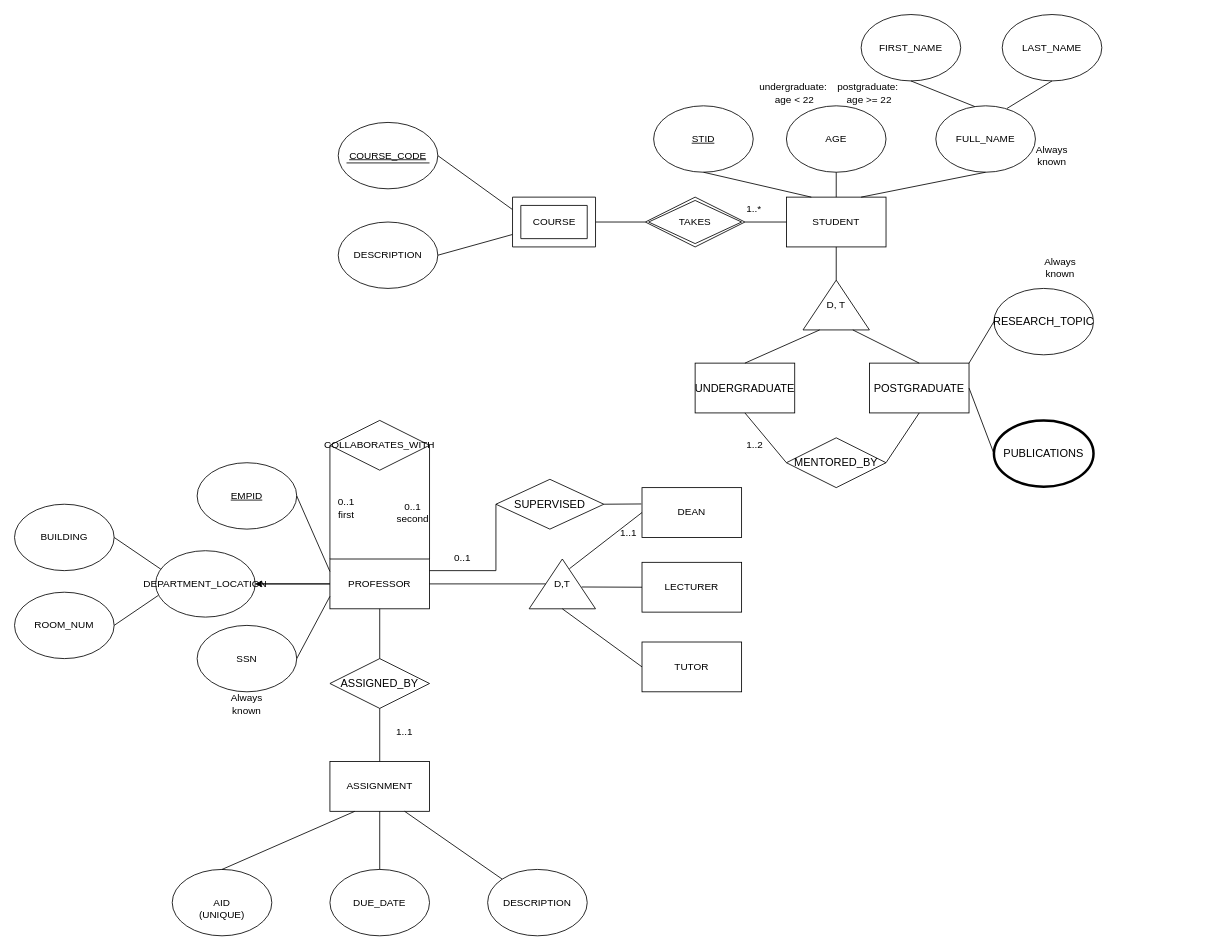
Before: DM-HW1_Janis & Cuihuan.drawio in us-ja/Data_Management, a draw.io diagram. Source tidied: cells renumbered, new cells numbered last; positions are measured from the earlier drawing's top-left corner, leaving out a move shared by most shapes. Both pictures are drawn from the tidied source at 83%, with x=0, y=0 at pixel (14, 14).
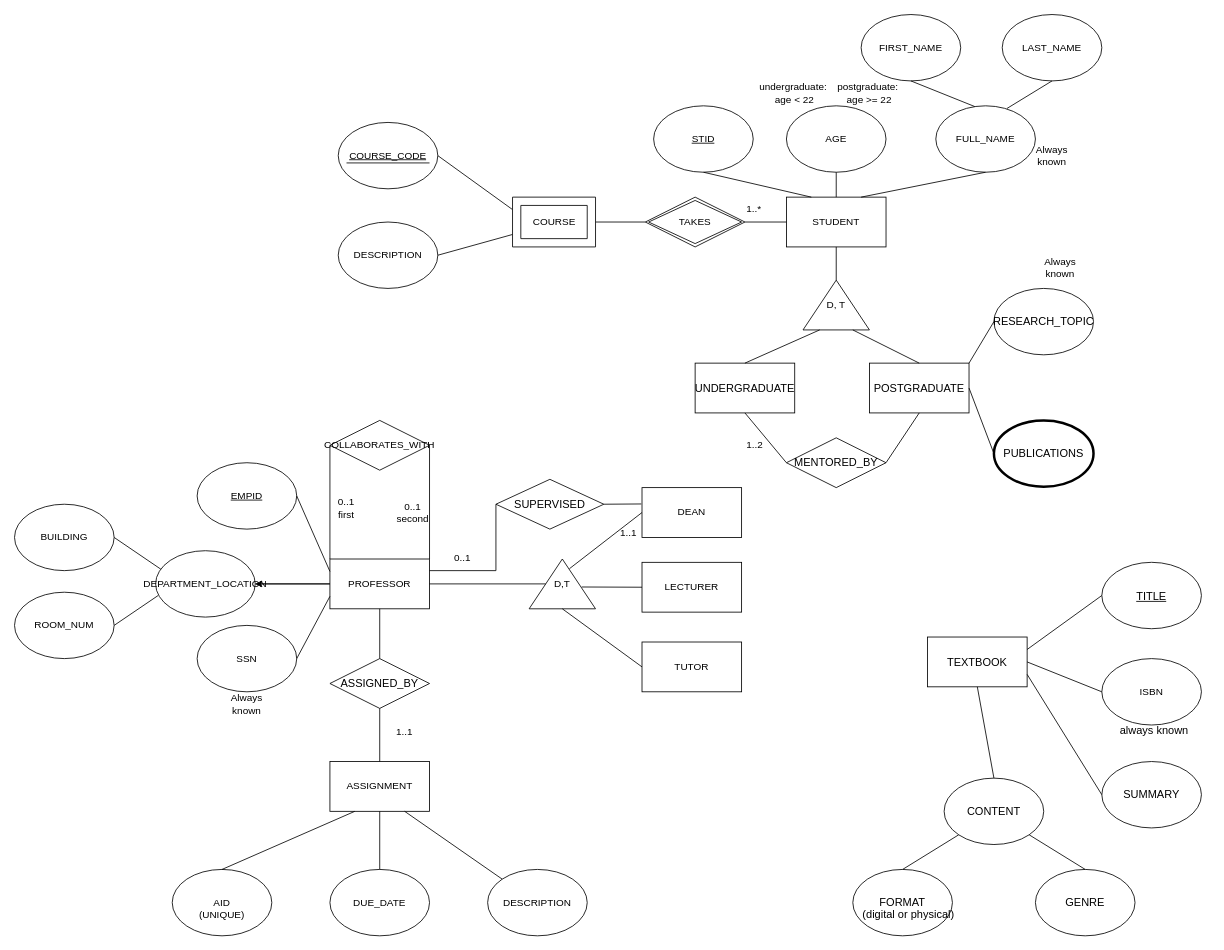
Above is the later version.

Change to the diagram source:
```diff
@@
+    <mxCell id="86" value="&lt;div style=&quot;text-align: start;&quot;&gt;&lt;span style=&quot;font-size: 9.96264pt; font-family: LMRoman10-Regular;&quot;&gt;TEXTBOOK&lt;/span&gt;&lt;/div&gt;" style="rounded=0;whiteSpace=wrap;html=1;" parent="1" vertex="1">
+      <mxGeometry x="1100" y="750" width="120" height="60" as="geometry" />
+    </mxCell>
+    <mxCell id="87" value="&lt;div style=&quot;text-align: start;&quot;&gt;&lt;u&gt;&lt;span style=&quot;font-size: 12pt; font-family: STSong;&quot;&gt;&lt;/span&gt;&lt;span style=&quot;font-size: 9.96264pt; font-family: LMRoman10-Regular;&quot;&gt;TITLE&lt;/span&gt;&lt;/u&gt;&lt;/div&gt;" style="ellipse;whiteSpace=wrap;html=1;" parent="1" vertex="1">
+      <mxGeometry x="1310" y="660" width="120" height="80" as="geometry" />
+    </mxCell>
+    <mxCell id="88" style="endArrow=none;html=1;rounded=0;entryX=0;entryY=0.5;entryDx=0;entryDy=0;exitX=1;exitY=0.25;exitDx=0;exitDy=0;" parent="1" edge="1" source="86" target="87">
+      <mxGeometry relative="1" as="geometry" />
+    </mxCell>
+    <mxCell id="89" value="ISBN" style="ellipse;whiteSpace=wrap;html=1;" parent="1" vertex="1">
+      <mxGeometry x="1310" y="776" width="120" height="80" as="geometry" />
+    </mxCell>
+    <mxCell id="90" value="&lt;div style=&quot;text-align: start;&quot;&gt;&lt;span style=&quot;font-size: 9.96264pt; font-family: LMRoman10-Regular;&quot;&gt;SUMMARY&lt;/span&gt;&lt;/div&gt;" style="ellipse;whiteSpace=wrap;html=1;" parent="1" vertex="1">
+      <mxGeometry x="1310" y="900" width="120" height="80" as="geometry" />
+    </mxCell>
+    <mxCell id="91" style="endArrow=none;html=1;rounded=0;entryX=0;entryY=0.5;entryDx=0;entryDy=0;exitX=1;exitY=0.5;exitDx=0;exitDy=0;" parent="1" edge="1" source="86" target="89">
+      <mxGeometry relative="1" as="geometry" />
+    </mxCell>
+    <mxCell id="92" style="endArrow=none;html=1;rounded=0;entryX=0;entryY=0.5;entryDx=0;entryDy=0;exitX=1;exitY=0.75;exitDx=0;exitDy=0;" parent="1" edge="1" source="86" target="90">
+      <mxGeometry relative="1" as="geometry" />
+    </mxCell>
+    <mxCell id="93" value="&lt;div style=&quot;text-align: start;&quot;&gt;&lt;span style=&quot;font-size: 9.96264pt; font-family: LMRoman10-Regular;&quot;&gt;CONTENT&lt;/span&gt;&lt;/div&gt;" style="ellipse;whiteSpace=wrap;html=1;" parent="1" vertex="1">
+      <mxGeometry x="1120" y="920" width="120" height="80" as="geometry" />
+    </mxCell>
+    <mxCell id="94" style="endArrow=none;html=1;rounded=0;exitX=0.5;exitY=1;exitDx=0;exitDy=0;entryX=0.5;entryY=0;entryDx=0;entryDy=0;" parent="1" edge="1" source="86" target="93">
+      <mxGeometry relative="1" as="geometry" />
+    </mxCell>
+    <mxCell id="95" value="&lt;div style=&quot;text-align: start;&quot;&gt;&lt;span style=&quot;font-size: 9.96264pt; font-family: LMRoman10-Regular;&quot;&gt;GENRE&lt;/span&gt;&lt;/div&gt;" style="ellipse;whiteSpace=wrap;html=1;" parent="1" vertex="1">
+      <mxGeometry x="1230" y="1030" width="120" height="80" as="geometry" />
+    </mxCell>
+    <mxCell id="96" value="&lt;div style=&quot;text-align: start;&quot;&gt;&lt;span style=&quot;font-size: 9.96264pt; font-family: LMRoman10-Regular;&quot;&gt;FORMAT&lt;/span&gt;&lt;/div&gt;" style="ellipse;whiteSpace=wrap;html=1;" parent="1" vertex="1">
+      <mxGeometry x="1010" y="1030" width="120" height="80" as="geometry" />
+    </mxCell>
+    <mxCell id="97" value="&lt;div style=&quot;caret-color: rgb(0, 0, 0); color: rgb(0, 0, 0); font-style: normal; font-variant-caps: normal; font-weight: 400; letter-spacing: normal; orphans: auto; text-align: start; text-indent: 0px; text-transform: none; white-space: normal; widows: auto; word-spacing: 0px; -webkit-text-stroke-width: 0px; text-decoration: none;&quot;&gt;&lt;span style=&quot;font-size: 9.96264pt; font-family: LMRoman10-Regular; color: rgb(0, 0, 0);&quot;&gt;(digital or physical)&lt;/span&gt;&lt;/div&gt;" style="text;whiteSpace=wrap;html=1;" parent="1" vertex="1">
+      <mxGeometry x="1020" y="1070" width="130" height="40" as="geometry" />
+    </mxCell>
+    <mxCell id="98" value="&lt;div style=&quot;caret-color: rgb(0, 0, 0); color: rgb(0, 0, 0); font-style: normal; font-variant-caps: normal; font-weight: 400; letter-spacing: normal; orphans: auto; text-align: start; text-indent: 0px; text-transform: none; white-space: normal; widows: auto; word-spacing: 0px; -webkit-text-stroke-width: 0px; text-decoration: none;&quot;&gt;&lt;span style=&quot;font-size: 12pt; font-family: STSong; color: rgb(0, 0, 0);&quot;&gt;&lt;/span&gt;&lt;span style=&quot;font-size: 9.96264pt; font-family: LMRoman10-Regular; color: rgb(0, 0, 0);&quot;&gt;always known&lt;/span&gt;&lt;/div&gt;" style="text;whiteSpace=wrap;html=1;" parent="1" vertex="1">
+      <mxGeometry x="1330" y="845" width="110" height="40" as="geometry" />
+    </mxCell>
+    <mxCell id="99" style="endArrow=none;html=1;rounded=0;entryX=0.5;entryY=0;entryDx=0;entryDy=0;exitX=1;exitY=1;exitDx=0;exitDy=0;" parent="1" edge="1" source="93" target="95">
+      <mxGeometry relative="1" as="geometry" />
+    </mxCell>
+    <mxCell id="100" style="endArrow=none;html=1;rounded=0;exitX=0.5;exitY=0;exitDx=0;exitDy=0;entryX=0;entryY=1;entryDx=0;entryDy=0;" parent="1" edge="1" source="96" target="93">
+      <mxGeometry relative="1" as="geometry" />
+    </mxCell>
```
